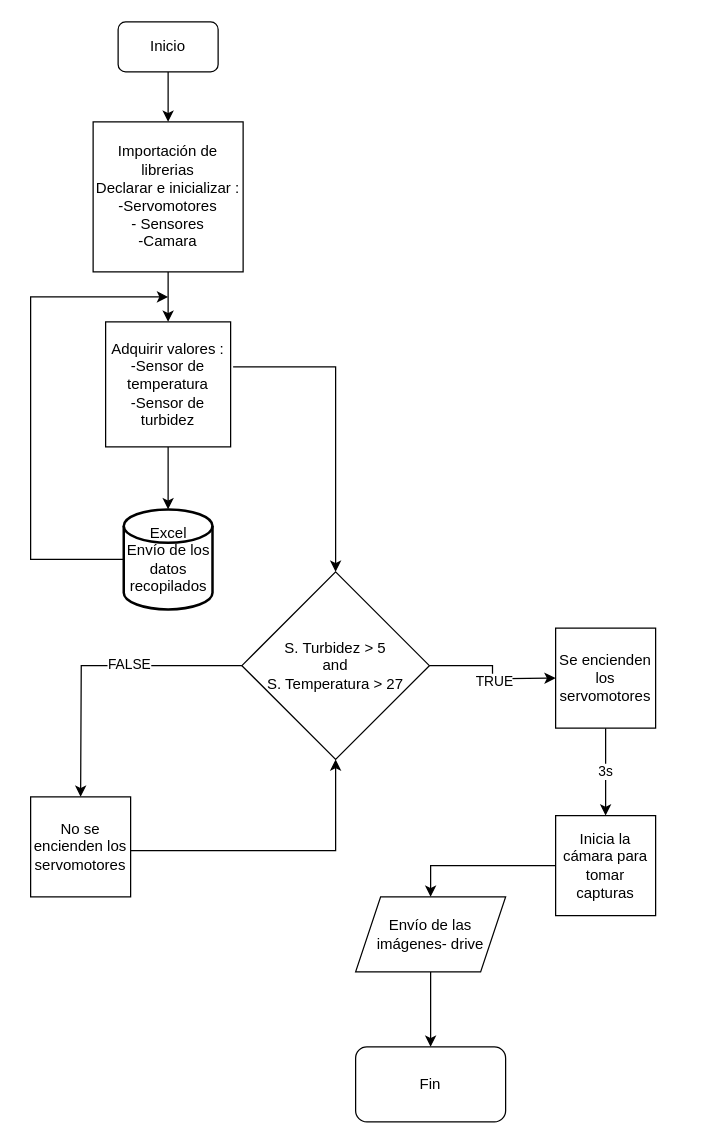
The draw.io diagram Proyecto/Documentación/Microplástico.drawio in SebastianSilvaSC/Fundamento-Grupo_5, before the edit. Source tidied: cells renumbered, new cells numbered last; positions are measured from the earlier drawing's top-left corner, leaving out a move shared by most shapes. Both pictures are drawn from the tidied source at 125%, with x=0, y=0 at pixel (30, 21).
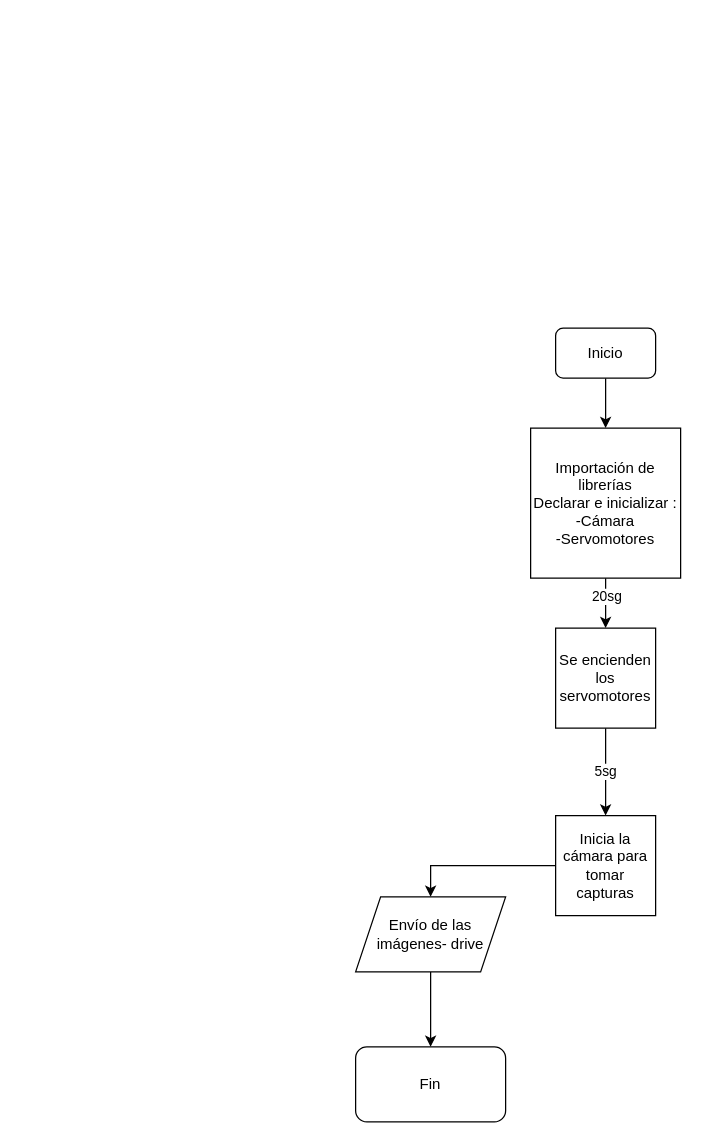
Above is the later version.

Unchanged cells that the change refers to:
```xml
<mxCell id="14" style="edgeStyle=orthogonalEdgeStyle;rounded=0;jettySize=auto;html=1;entryX=0.5;entryY=0;entryDx=0;entryDy=0;" parent="1" edge="1" source="16" target="18">
  <mxGeometry relative="1" as="geometry" />
</mxCell>
```

The edit, as a diff of the source:
```diff
@@
-    <mxCell id="2" style="edgeStyle=orthogonalEdgeStyle;rounded=0;jettySize=auto;html=1;exitX=0.5;exitY=1;exitDx=0;exitDy=0;entryX=0.5;entryY=0;entryDx=0;entryDy=0;" parent="1" edge="1" source="3" target="5">
-      <mxGeometry relative="1" as="geometry" />
+    <mxCell id="2" style="edgeStyle=orthogonalEdgeStyle;rounded=0;jettySize=auto;html=1;exitX=0.5;exitY=1;exitDx=0;exitDy=0;entryX=0.5;entryY=0;entryDx=0;entryDy=0;" parent="1" edge="1" source="3">
+      <mxGeometry relative="1" as="geometry">
+        <mxPoint x="460" y="485" as="targetPoint" />
+      </mxGeometry>
     </mxCell>
+    <mxCell id="26" value="20sg" style="edgeLabel;html=1;align=center;verticalAlign=middle;" parent="2" vertex="1">
+      <mxGeometry x="-0.33" relative="1" as="geometry" />
+    </mxCell>
-    <mxCell id="3" value="Importación de librerias&lt;div&gt;Declarar e inicializar :&lt;/div&gt;&lt;div&gt;-Servomotores&lt;/div&gt;&lt;div&gt;- Sensores&lt;/div&gt;&lt;div&gt;-Camara&lt;/div&gt;" style="whiteSpace=wrap;html=1;" parent="1" vertex="1">
-      <mxGeometry x="50" y="80" width="120" height="120" as="geometry" />
+    <mxCell id="3" value="Importación de librerías&lt;div&gt;Declarar e inicializar :&lt;/div&gt;&lt;div&gt;-Cámara&lt;/div&gt;&lt;div&gt;-Servomotores&lt;/div&gt;" style="whiteSpace=wrap;html=1;" parent="1" vertex="1">
+      <mxGeometry x="400" y="325" width="120" height="120" as="geometry" />
     </mxCell>
-    <mxCell id="4" style="edgeStyle=orthogonalEdgeStyle;rounded=0;jettySize=auto;html=1;exitX=1.02;exitY=0.36;exitDx=0;exitDy=0;entryX=0.5;entryY=0;entryDx=0;entryDy=0;exitPerimeter=0;" parent="1" edge="1" source="5" target="12">
-      <mxGeometry relative="1" as="geometry" />
-    </mxCell>
-    <mxCell id="5" value="Adquirir valores :&lt;div&gt;-Sensor de temperatura&lt;/div&gt;&lt;div&gt;-Sensor de turbidez&lt;/div&gt;" style="whiteSpace=wrap;html=1;" parent="1" vertex="1">
-      <mxGeometry x="60" y="240" width="100" height="100" as="geometry" />
-    </mxCell>
@@
     <mxCell id="7" value="Inicio" style="rounded=1;whiteSpace=wrap;html=1;" parent="1" vertex="1">
-      <mxGeometry x="70" width="80" height="40" as="geometry" />
+      <mxGeometry x="420" y="245" width="80" height="40" as="geometry" />
     </mxCell>
-    <mxCell id="8" style="edgeStyle=orthogonalEdgeStyle;rounded=0;jettySize=auto;html=1;entryX=0.5;entryY=0;entryDx=0;entryDy=0;" parent="1" edge="1" source="12">
-      <mxGeometry relative="1" as="geometry">
-        <mxPoint x="40" y="620" as="targetPoint" />
-      </mxGeometry>
-    </mxCell>
-    <mxCell id="9" value="FALSE" style="edgeLabel;html=1;align=center;verticalAlign=middle;" parent="8" vertex="1">
-      <mxGeometry x="-0.22" y="-2" relative="1" as="geometry" />
-    </mxCell>
-    <mxCell id="10" style="edgeStyle=orthogonalEdgeStyle;rounded=0;jettySize=auto;html=1;" parent="1" edge="1" source="12">
-      <mxGeometry relative="1" as="geometry">
-        <mxPoint x="420" y="525" as="targetPoint" />
-      </mxGeometry>
-    </mxCell>
-    <mxCell id="11" value="TRUE" style="edgeLabel;html=1;align=center;verticalAlign=middle;" parent="10" vertex="1">
-      <mxGeometry x="0.12" y="-2" relative="1" as="geometry" />
-    </mxCell>
-    <mxCell id="12" value="S. Turbidez &amp;gt; 5&lt;br&gt;and&lt;br&gt;S. Temperatura &amp;gt; 27" style="rhombus;whiteSpace=wrap;html=1;" parent="1" vertex="1">
-      <mxGeometry x="169" y="440" width="150" height="150" as="geometry" />
-    </mxCell>
-    <mxCell id="13" style="endArrow=classic;html=1;rounded=0;entryX=0.5;entryY=1;entryDx=0;entryDy=0;" parent="1" edge="1" target="12">
-      <mxGeometry relative="1" as="geometry">
-        <mxPoint x="73" y="663" as="sourcePoint" />
-        <Array as="points">
-          <mxPoint x="244" y="663" />
-        </Array>
-      </mxGeometry>
-    </mxCell>
@@
-    <mxCell id="15" value="3s" style="edgeLabel;html=1;align=center;verticalAlign=middle;" parent="14" vertex="1">
+    <mxCell id="15" value="5sg" style="edgeLabel;html=1;align=center;verticalAlign=middle;" parent="14" vertex="1">
       <mxGeometry x="-0.02" y="-1" relative="1" as="geometry" />
     </mxCell>
@@
-    <mxCell id="21" value="Excel&lt;div&gt;Envío de los datos recopilados&lt;br&gt;&lt;/div&gt;" style="strokeWidth=2;html=1;shape=mxgraph.flowchart.database;whiteSpace=wrap;" parent="1" vertex="1">
-      <mxGeometry x="74.5" y="390" width="71" height="80" as="geometry" />
-    </mxCell>
-    <mxCell id="22" value="No se encienden los servomotores" style="whiteSpace=wrap;html=1;" parent="1" vertex="1">
-      <mxGeometry y="620" width="80" height="80" as="geometry" />
-    </mxCell>
-    <mxCell id="23" style="edgeStyle=orthogonalEdgeStyle;rounded=0;jettySize=auto;html=1;entryX=0.5;entryY=0;entryDx=0;entryDy=0;entryPerimeter=0;" parent="1" edge="1" source="5" target="21">
-      <mxGeometry relative="1" as="geometry" />
-    </mxCell>
-    <mxCell id="24" style="endArrow=classic;html=1;rounded=0;exitX=0;exitY=0.5;exitDx=0;exitDy=0;exitPerimeter=0;" parent="1" edge="1" source="21">
-      <mxGeometry relative="1" as="geometry">
-        <mxPoint x="110" y="220" as="targetPoint" />
-        <Array as="points">
-          <mxPoint y="430" />
-          <mxPoint y="220" />
-        </Array>
-      </mxGeometry>
-    </mxCell>
```
